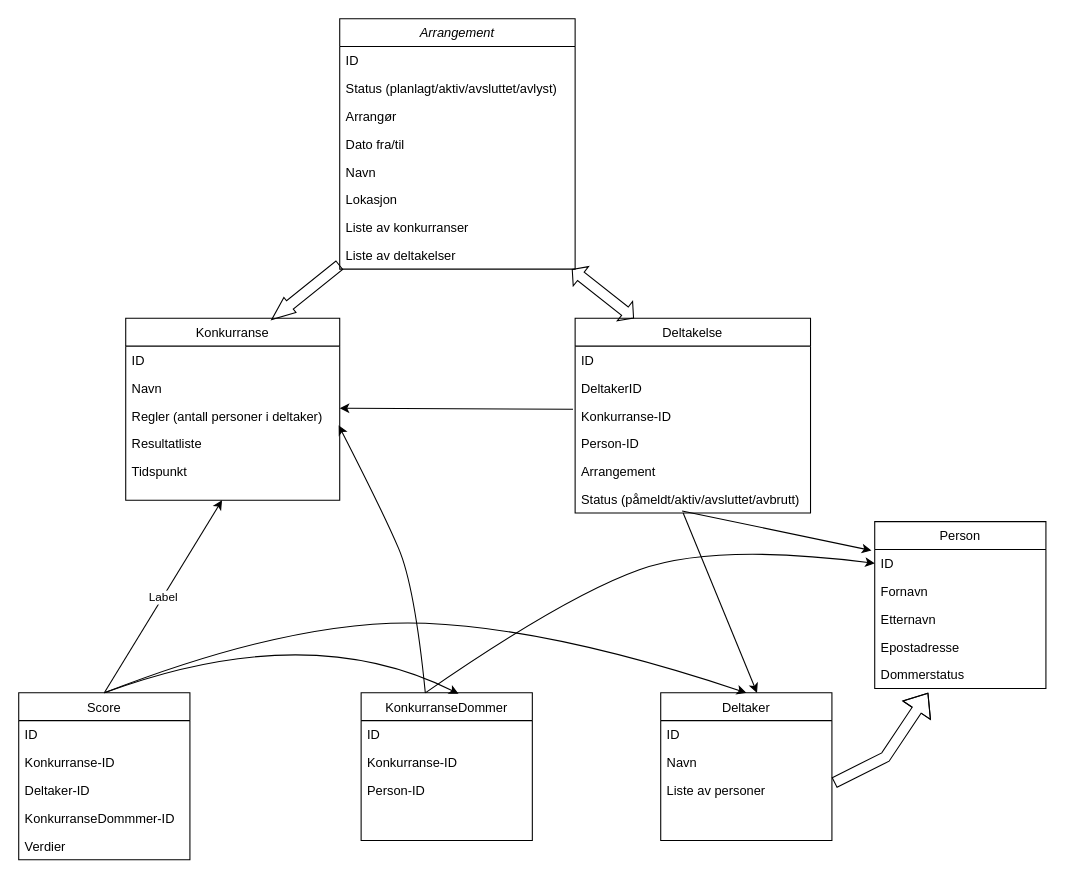
This is Untitled Diagram.drawio from sophiesylta/Toraderkonkurranse, a draw.io file, before an edit. Source tidied: cells renumbered, new cells numbered last; positions are measured from the earlier drawing's top-left corner, leaving out a move shared by most shapes. Both pictures are drawn from the tidied source at 107%, with x=0, y=0 at pixel (18, 18).
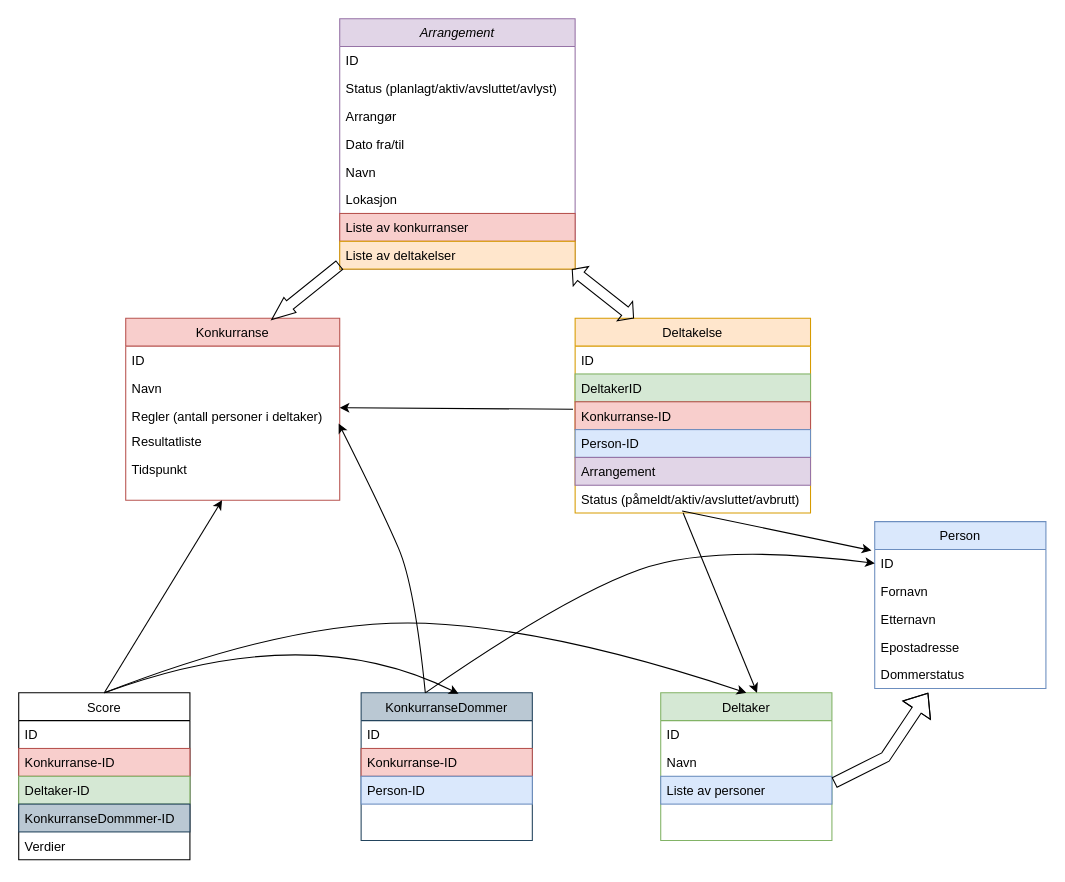
The same diagram, later.

Unchanged cells that the change refers to:
```xml
<mxCell id="27" value="Score" style="swimlane;fontStyle=0;align=center;verticalAlign=top;horizontal=1;startSize=26;rounded=0;shadow=0;strokeWidth=1;" parent="1" vertex="1">
  <mxGeometry y="630" width="160" height="156" as="geometry" />
</mxCell>
```

What changed in the source:
```diff
@@
-    <mxCell id="2" value="Arrangement" style="swimlane;fontStyle=2;align=center;verticalAlign=top;horizontal=1;startSize=26;rounded=0;shadow=0;strokeWidth=1;" parent="1" vertex="1">
+    <mxCell id="2" value="Arrangement" style="swimlane;fontStyle=2;align=center;verticalAlign=top;horizontal=1;startSize=26;rounded=0;shadow=0;strokeWidth=1;fillColor=#e1d5e7;strokeColor=#9673a6;" parent="1" vertex="1">
       <mxGeometry x="300" width="220" height="234" as="geometry" />
     </mxCell>
@@
-    <mxCell id="9" value="Liste av konkurranser" style="text;align=left;verticalAlign=top;spacingLeft=4;spacingRight=4;overflow=hidden;" parent="2" vertex="1">
+    <mxCell id="9" value="Liste av konkurranser" style="text;align=left;verticalAlign=top;spacingLeft=4;spacingRight=4;overflow=hidden;fillColor=#f8cecc;strokeColor=#b85450;" parent="2" vertex="1">
       <mxGeometry y="182" width="220" height="26" as="geometry" />
     </mxCell>
-    <mxCell id="10" value="Liste av deltakelser" style="text;align=left;verticalAlign=top;spacingLeft=4;spacingRight=4;overflow=hidden;points=[[0,0.5],[1,0.5]];portConstraint=eastwest;" parent="2" vertex="1">
+    <mxCell id="10" value="Liste av deltakelser" style="text;align=left;verticalAlign=top;spacingLeft=4;spacingRight=4;overflow=hidden;points=[[0,0.5],[1,0.5]];portConstraint=eastwest;fillColor=#ffe6cc;strokeColor=#d79b00;" parent="2" vertex="1">
       <mxGeometry y="208" width="220" height="26" as="geometry" />
     </mxCell>
-    <mxCell id="11" value="Deltaker" style="swimlane;fontStyle=0;align=center;verticalAlign=top;horizontal=1;startSize=26;rounded=0;shadow=0;strokeWidth=1;" parent="1" vertex="1">
+    <mxCell id="11" value="Deltaker" style="swimlane;fontStyle=0;align=center;verticalAlign=top;horizontal=1;startSize=26;rounded=0;shadow=0;strokeWidth=1;fillColor=#d5e8d4;strokeColor=#82b366;" parent="1" vertex="1">
       <mxGeometry x="600" y="630" width="160" height="138" as="geometry" />
     </mxCell>
@@
-    <mxCell id="14" value="Liste av personer" style="text;align=left;verticalAlign=top;spacingLeft=4;spacingRight=4;overflow=hidden;points=[[0,0.5],[1,0.5]];portConstraint=eastwest;fontStyle=0;" parent="11" vertex="1">
+    <mxCell id="14" value="Liste av personer" style="text;align=left;verticalAlign=top;spacingLeft=4;spacingRight=4;overflow=hidden;points=[[0,0.5],[1,0.5]];portConstraint=eastwest;fontStyle=0;fillColor=#dae8fc;strokeColor=#6c8ebf;" parent="11" vertex="1">
       <mxGeometry y="78" width="160" height="26" as="geometry" />
     </mxCell>
-    <mxCell id="15" value="Person" style="swimlane;fontStyle=0;align=center;verticalAlign=top;horizontal=1;startSize=26;rounded=0;shadow=0;strokeWidth=1;" parent="1" vertex="1">
+    <mxCell id="15" value="Person" style="swimlane;fontStyle=0;align=center;verticalAlign=top;horizontal=1;startSize=26;rounded=0;shadow=0;strokeWidth=1;fillColor=#dae8fc;strokeColor=#6c8ebf;" parent="1" vertex="1">
       <mxGeometry x="800" y="470" width="160" height="156" as="geometry" />
     </mxCell>
@@
-    <mxCell id="21" value="Konkurranse" style="swimlane;fontStyle=0;align=center;verticalAlign=top;horizontal=1;startSize=26;rounded=0;shadow=0;strokeWidth=1;" parent="1" vertex="1">
+    <mxCell id="21" value="Konkurranse" style="swimlane;fontStyle=0;align=center;verticalAlign=top;horizontal=1;startSize=26;rounded=0;shadow=0;strokeWidth=1;fillColor=#f8cecc;strokeColor=#b85450;" parent="1" vertex="1">
       <mxGeometry x="100" y="280" width="200" height="170" as="geometry" />
     </mxCell>
@@
     <mxCell id="24" value="Regler (antall personer i deltaker)" style="text;align=left;verticalAlign=top;spacingLeft=4;spacingRight=4;overflow=hidden;points=[[0,0.5],[1,0.5]];portConstraint=eastwest;rounded=0;shadow=0;html=0;" parent="21" vertex="1">
-      <mxGeometry y="78" width="200" height="26" as="geometry" />
+      <mxGeometry y="78" width="200" height="24" as="geometry" />
     </mxCell>
     <mxCell id="25" value="Resultatliste" style="text;align=left;verticalAlign=top;spacingLeft=4;spacingRight=4;overflow=hidden;rounded=0;shadow=0;html=0;" parent="21" vertex="1">
-      <mxGeometry y="104" width="200" height="26" as="geometry" />
+      <mxGeometry y="102" width="200" height="26" as="geometry" />
     </mxCell>
     <mxCell id="26" value="Tidspunkt" style="text;align=left;verticalAlign=top;spacingLeft=4;spacingRight=4;overflow=hidden;rounded=0;shadow=0;html=0;" parent="21" vertex="1">
-      <mxGeometry y="130" width="200" height="26" as="geometry" />
+      <mxGeometry y="128" width="200" height="26" as="geometry" />
     </mxCell>
@@
-    <mxCell id="29" value="Konkurranse-ID" style="text;align=left;verticalAlign=top;spacingLeft=4;spacingRight=4;overflow=hidden;rounded=0;shadow=0;html=0;" parent="27" vertex="1">
+    <mxCell id="29" value="Konkurranse-ID" style="text;align=left;verticalAlign=top;spacingLeft=4;spacingRight=4;overflow=hidden;rounded=0;shadow=0;html=0;fillColor=#f8cecc;strokeColor=#b85450;" parent="27" vertex="1">
       <mxGeometry y="52" width="160" height="26" as="geometry" />
     </mxCell>
-    <mxCell id="30" value="Deltaker-ID" style="text;align=left;verticalAlign=top;spacingLeft=4;spacingRight=4;overflow=hidden;fontStyle=0;" parent="27" vertex="1">
+    <mxCell id="30" value="Deltaker-ID" style="text;align=left;verticalAlign=top;spacingLeft=4;spacingRight=4;overflow=hidden;fontStyle=0;fillColor=#d5e8d4;strokeColor=#82b366;" parent="27" vertex="1">
       <mxGeometry y="78" width="160" height="26" as="geometry" />
     </mxCell>
-    <mxCell id="31" value="KonkurranseDommmer-ID" style="text;align=left;verticalAlign=top;spacingLeft=4;spacingRight=4;overflow=hidden;fontStyle=0;" parent="27" vertex="1">
+    <mxCell id="31" value="KonkurranseDommmer-ID" style="text;align=left;verticalAlign=top;spacingLeft=4;spacingRight=4;overflow=hidden;fontStyle=0;fillColor=#bac8d3;strokeColor=#23445d;" parent="27" vertex="1">
       <mxGeometry y="104" width="160" height="26" as="geometry" />
     </mxCell>
@@
-    <mxCell id="33" value="KonkurranseDommer" style="swimlane;fontStyle=0;align=center;verticalAlign=top;horizontal=1;startSize=26;rounded=0;shadow=0;strokeWidth=1;" parent="1" vertex="1">
+    <mxCell id="33" value="KonkurranseDommer" style="swimlane;fontStyle=0;align=center;verticalAlign=top;horizontal=1;startSize=26;rounded=0;shadow=0;strokeWidth=1;fillColor=#bac8d3;strokeColor=#23445d;" parent="1" vertex="1">
       <mxGeometry x="320" y="630" width="160" height="138" as="geometry" />
     </mxCell>
@@
-    <mxCell id="35" value="Konkurranse-ID" style="text;align=left;verticalAlign=top;spacingLeft=4;spacingRight=4;overflow=hidden;rounded=0;shadow=0;html=0;" parent="33" vertex="1">
+    <mxCell id="35" value="Konkurranse-ID" style="text;align=left;verticalAlign=top;spacingLeft=4;spacingRight=4;overflow=hidden;rounded=0;shadow=0;html=0;fillColor=#f8cecc;strokeColor=#b85450;" parent="33" vertex="1">
       <mxGeometry y="52" width="160" height="26" as="geometry" />
     </mxCell>
-    <mxCell id="36" value="Person-ID" style="text;align=left;verticalAlign=top;spacingLeft=4;spacingRight=4;overflow=hidden;rounded=0;shadow=0;html=0;" parent="33" vertex="1">
+    <mxCell id="36" value="Person-ID" style="text;align=left;verticalAlign=top;spacingLeft=4;spacingRight=4;overflow=hidden;rounded=0;shadow=0;html=0;fillColor=#dae8fc;strokeColor=#6c8ebf;" parent="33" vertex="1">
       <mxGeometry y="78" width="160" height="26" as="geometry" />
     </mxCell>
-    <mxCell id="37" value="Deltakelse" style="swimlane;fontStyle=0;align=center;verticalAlign=top;horizontal=1;startSize=26;rounded=0;shadow=0;strokeWidth=1;" parent="1" vertex="1">
+    <mxCell id="37" value="Deltakelse" style="swimlane;fontStyle=0;align=center;verticalAlign=top;horizontal=1;startSize=26;rounded=0;shadow=0;strokeWidth=1;fillColor=#ffe6cc;strokeColor=#d79b00;" parent="1" vertex="1">
       <mxGeometry x="520" y="280" width="220" height="182" as="geometry" />
     </mxCell>
@@
-    <mxCell id="39" value="DeltakerID" style="text;align=left;verticalAlign=top;spacingLeft=4;spacingRight=4;overflow=hidden;rounded=0;shadow=0;html=0;" parent="37" vertex="1">
+    <mxCell id="39" value="DeltakerID" style="text;align=left;verticalAlign=top;spacingLeft=4;spacingRight=4;overflow=hidden;rounded=0;shadow=0;html=0;fillColor=#d5e8d4;strokeColor=#82b366;" parent="37" vertex="1">
       <mxGeometry y="52" width="220" height="26" as="geometry" />
     </mxCell>
-    <mxCell id="40" value="Konkurranse-ID" style="text;align=left;verticalAlign=top;spacingLeft=4;spacingRight=4;overflow=hidden;points=[[0,0.5],[1,0.5]];portConstraint=eastwest;fontStyle=0;" parent="37" vertex="1">
+    <mxCell id="40" value="Konkurranse-ID" style="text;align=left;verticalAlign=top;spacingLeft=4;spacingRight=4;overflow=hidden;points=[[0,0.5],[1,0.5]];portConstraint=eastwest;fontStyle=0;fillColor=#f8cecc;strokeColor=#b85450;" parent="37" vertex="1">
       <mxGeometry y="78" width="220" height="26" as="geometry" />
     </mxCell>
-    <mxCell id="41" value="Person-ID" style="text;align=left;verticalAlign=top;spacingLeft=4;spacingRight=4;overflow=hidden;" parent="37" vertex="1">
+    <mxCell id="41" value="Person-ID" style="text;align=left;verticalAlign=top;spacingLeft=4;spacingRight=4;overflow=hidden;fillColor=#dae8fc;strokeColor=#6c8ebf;" parent="37" vertex="1">
       <mxGeometry y="104" width="220" height="26" as="geometry" />
     </mxCell>
-    <mxCell id="42" value="Arrangement" style="text;align=left;verticalAlign=top;spacingLeft=4;spacingRight=4;overflow=hidden;" parent="37" vertex="1">
+    <mxCell id="42" value="Arrangement" style="text;align=left;verticalAlign=top;spacingLeft=4;spacingRight=4;overflow=hidden;fillColor=#e1d5e7;strokeColor=#9673a6;" parent="37" vertex="1">
       <mxGeometry y="130" width="220" height="26" as="geometry" />
     </mxCell>
@@
-    <mxCell id="44" style="endArrow=classic;html=1;rounded=0;exitX=0.5;exitY=0;exitDx=0;exitDy=0;" parent="1" edge="1" source="27">
-      <mxGeometry relative="1" as="geometry">
-        <mxPoint x="190" y="450" as="targetPoint" />
-      </mxGeometry>
-    </mxCell>
-    <mxCell id="45" value="Label" style="edgeLabel;html=1;align=center;verticalAlign=middle;" parent="44" vertex="1">
-      <mxGeometry relative="1" as="geometry" />
-    </mxCell>
@@
+    <mxCell id="56" style="endArrow=classic;html=1;rounded=0;exitX=0.5;exitY=0;exitDx=0;exitDy=0;" parent="1" edge="1" source="27">
+      <mxGeometry relative="1" as="geometry">
+        <mxPoint x="190" y="450" as="targetPoint" />
+      </mxGeometry>
+    </mxCell>
```
